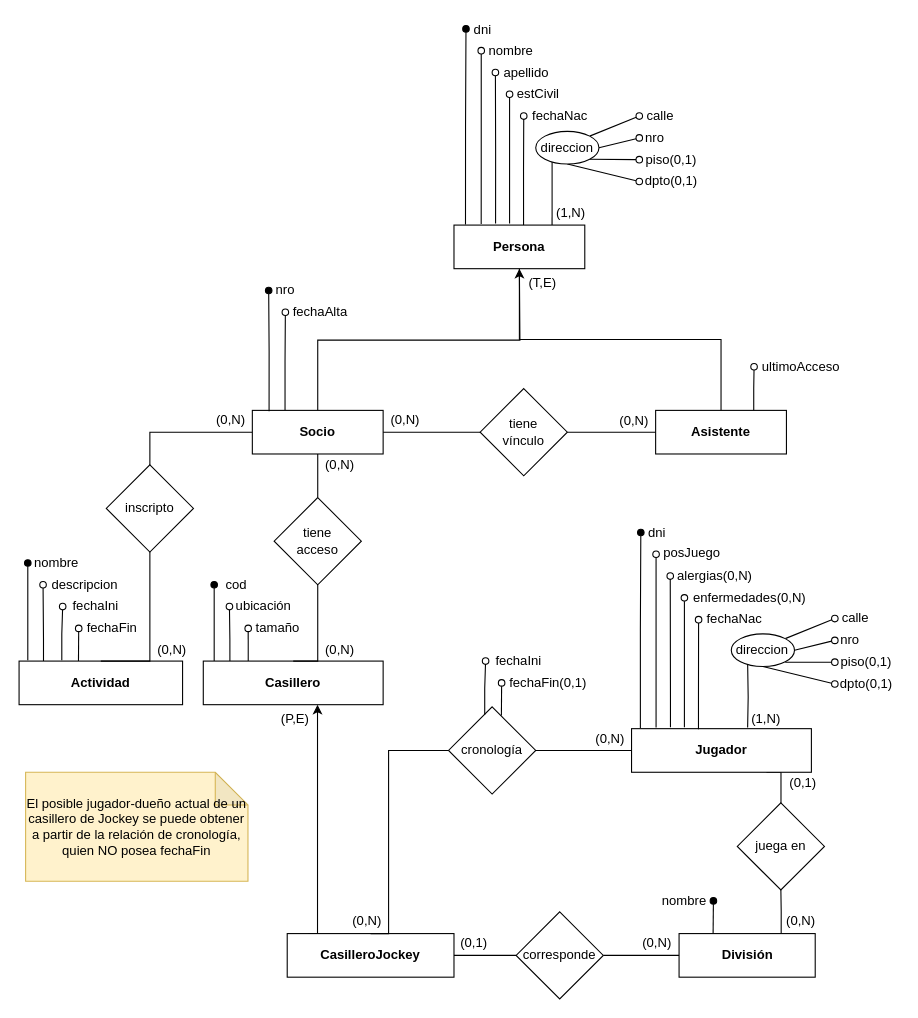
sergiocld99/unlp-tramo-final keeps this draw.io diagram as BD/01-modelos/01-casilleros/ej1-conceptual.drawio. Above is the earlier version. Source tidied: cells renumbered, new cells numbered last; positions are measured from the earlier drawing's top-left corner, leaving out a move shared by most shapes. Both pictures are drawn from the tidied source at 109%, with x=0, y=0 at pixel (19, 19).
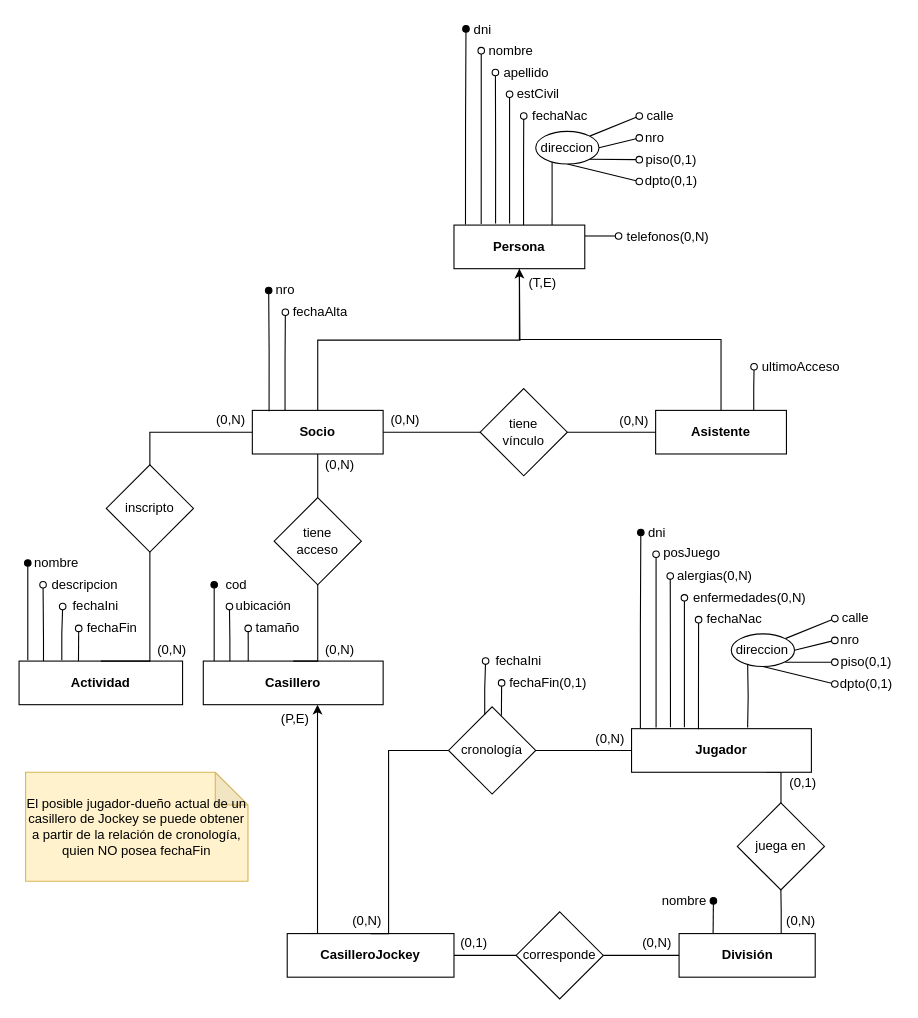
Above is the later version.

The change refers to these unchanged cells:
```xml
<mxCell id="8" value="Persona" style="rounded=0;whiteSpace=wrap;html=1;fontStyle=1;" parent="1" vertex="1">
  <mxGeometry x="399" y="189" width="120" height="40" as="geometry" />
</mxCell>
```

Change to the diagram source:
```diff
@@
+    <mxCell id="114" style="edgeStyle=orthogonalEdgeStyle;rounded=0;jettySize=auto;html=1;exitX=1;exitY=0.25;exitDx=0;exitDy=0;endArrow=oval;endFill=0;" parent="1" edge="1" source="8">
+      <mxGeometry relative="1" as="geometry">
+        <mxPoint x="550" y="199" as="targetPoint" />
+      </mxGeometry>
+    </mxCell>
@@
-    <mxCell id="21" value="(1,N)" style="text;html=1;align=center;verticalAlign=middle;strokeColor=none;fillColor=none;" parent="1" vertex="1">
-      <mxGeometry x="486" y="168" width="40" height="20" as="geometry" />
-    </mxCell>
@@
-    <mxCell id="89" value="(1,N)" style="text;html=1;align=center;verticalAlign=middle;strokeColor=none;fillColor=none;" parent="1" vertex="1">
-      <mxGeometry x="665.4" y="632" width="40" height="20" as="geometry" />
-    </mxCell>
@@
+    <mxCell id="115" value="telefonos(0,N)" style="text;html=1;align=center;verticalAlign=middle;strokeColor=none;fillColor=none;" parent="1" vertex="1">
+      <mxGeometry x="550" y="190" width="90" height="20" as="geometry" />
+    </mxCell>
```
